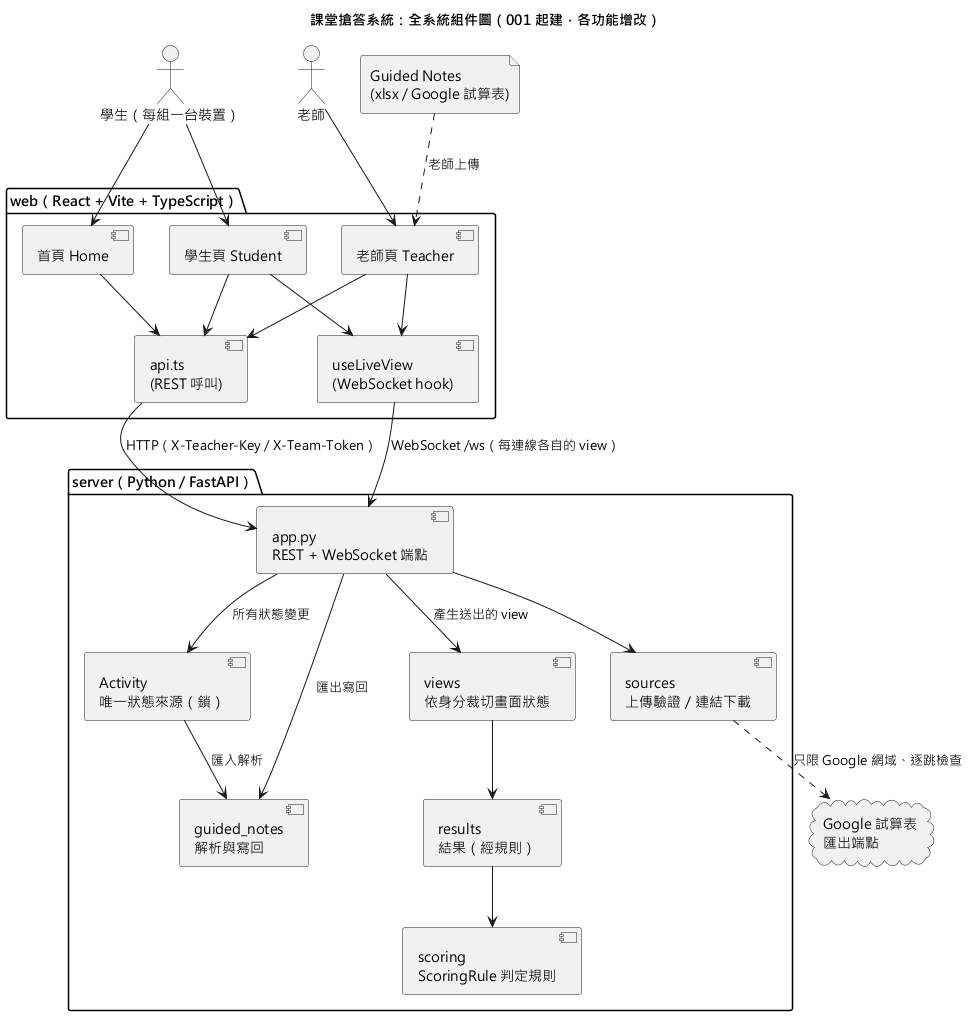
This is diagrams/system-component.png from yue083139/software_fin-speckit, a PlantUML export, as it was before one commit.
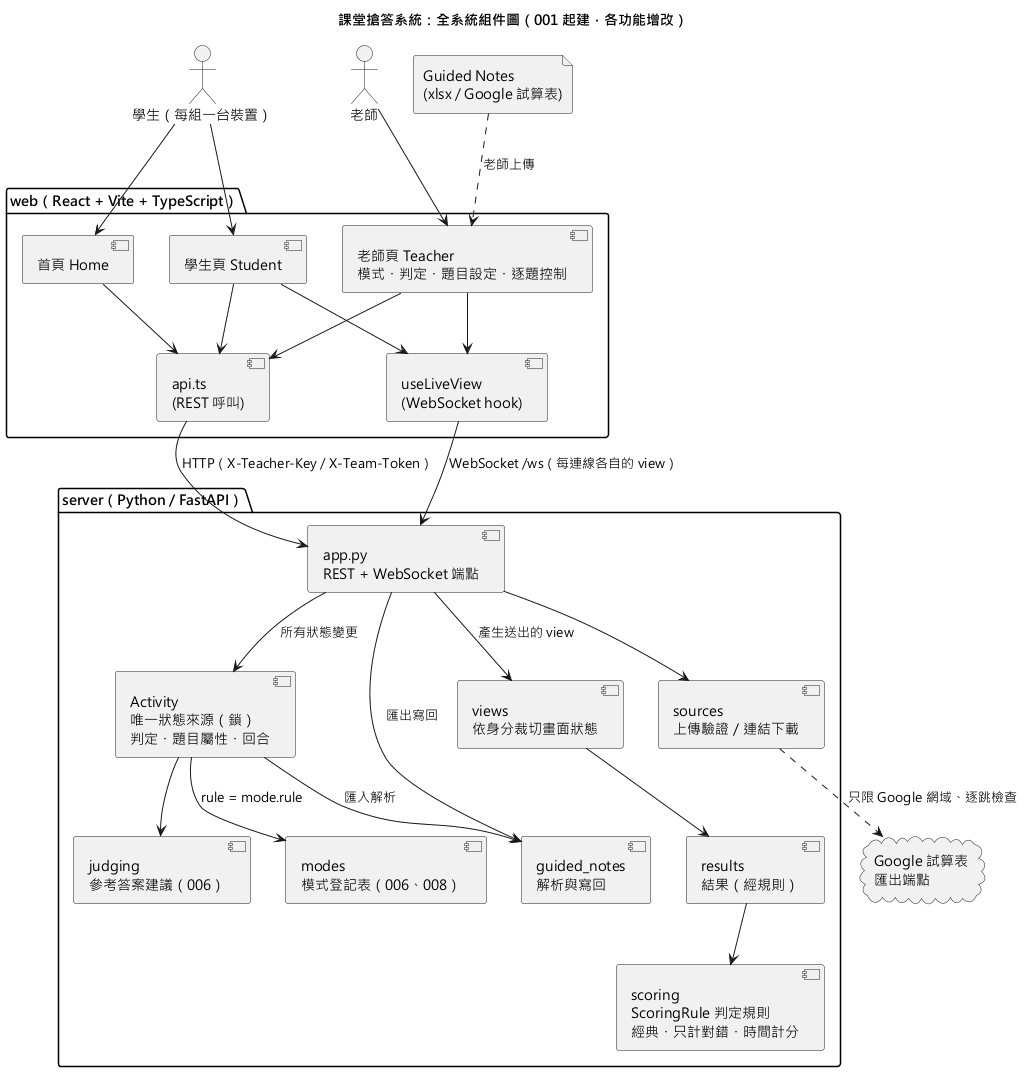
After the commit.

Change to the diagram source:
```diff
@@ -9,7 +9,7 @@
 
 package "web（React + Vite + TypeScript）" {
   [首頁 Home] as Home
-  [老師頁 Teacher] as TPage
+  [老師頁 Teacher\n模式・判定・題目設定・逐題控制] as TPage
   [學生頁 Student] as SPage
   [useLiveView\n(WebSocket hook)] as Live
   [api.ts\n(REST 呼叫)] as Api
@@ -17,9 +17,11 @@
 
 package "server（Python / FastAPI）" {
   [app.py\nREST + WebSocket 端點] as App
-  [Activity\n唯一狀態來源（鎖）] as Act
+  [Activity\n唯一狀態來源（鎖）\n判定・題目屬性・回合] as Act
+  [modes\n模式登記表（006、008）] as Modes
   [views\n依身分裁切畫面狀態] as Views
-  [scoring\nScoringRule 判定規則] as Scoring
+  [scoring\nScoringRule 判定規則\n經典・只計對錯・時間計分] as Scoring
+  [judging\n參考答案建議（006）] as Judging
   [results\n結果（經規則）] as Results
   [guided_notes\n解析與寫回] as Notes
   [sources\n上傳驗證／連結下載] as Sources
@@ -36,6 +38,8 @@
 Api --> App : HTTP（X-Teacher-Key / X-Team-Token）
 Live --> App : WebSocket /ws（每連線各自的 view）
 App --> Act : 所有狀態變更
+Act --> Modes : rule = mode.rule
+Act --> Judging
 App --> Views : 產生送出的 view
 Views --> Results
 Results --> Scoring
```
